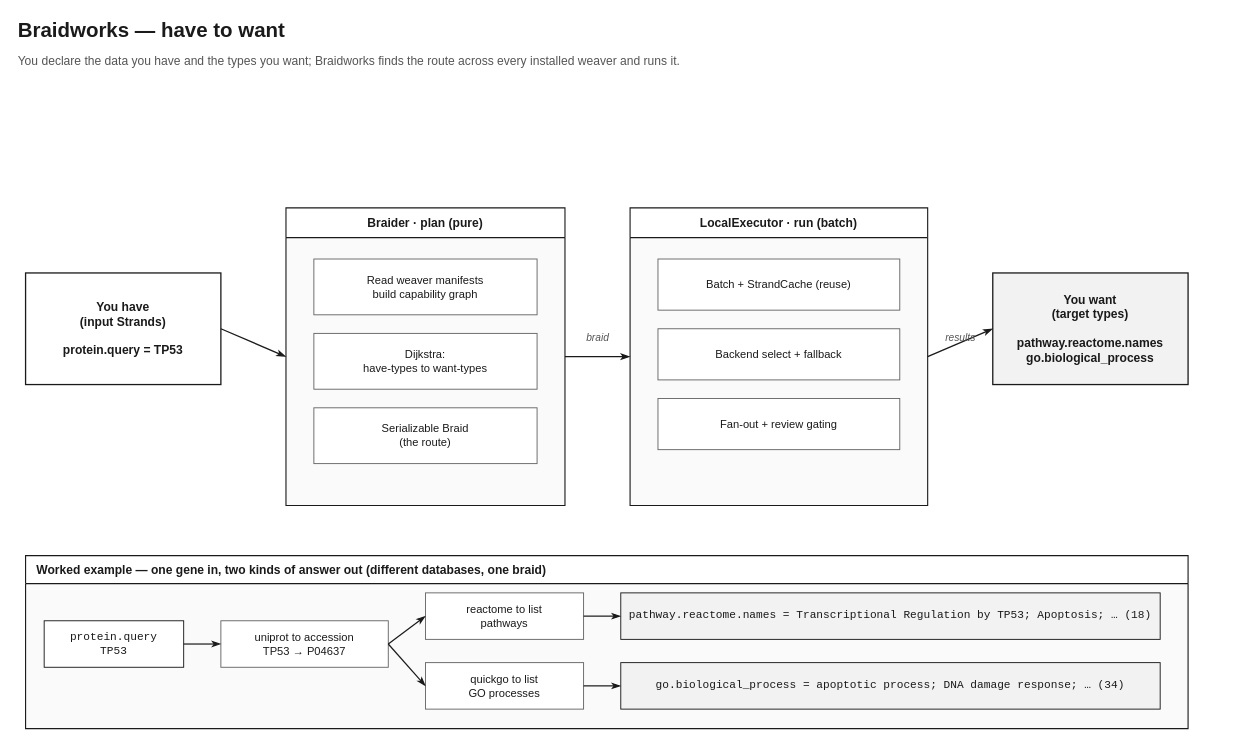
Earlier version of the draw.io diagram page "Have to want" (1 of 6) of docs/diagrams/braidworks_portfolio_diagrams.drawio (rafaelmdc/braidworks). Source tidied: cells renumbered, new cells numbered last; positions are measured from the earlier drawing's top-left corner, leaving out a move shared by most shapes. Both pictures are drawn from the tidied source at 93%, with x=0, y=0 at pixel (16, 16).
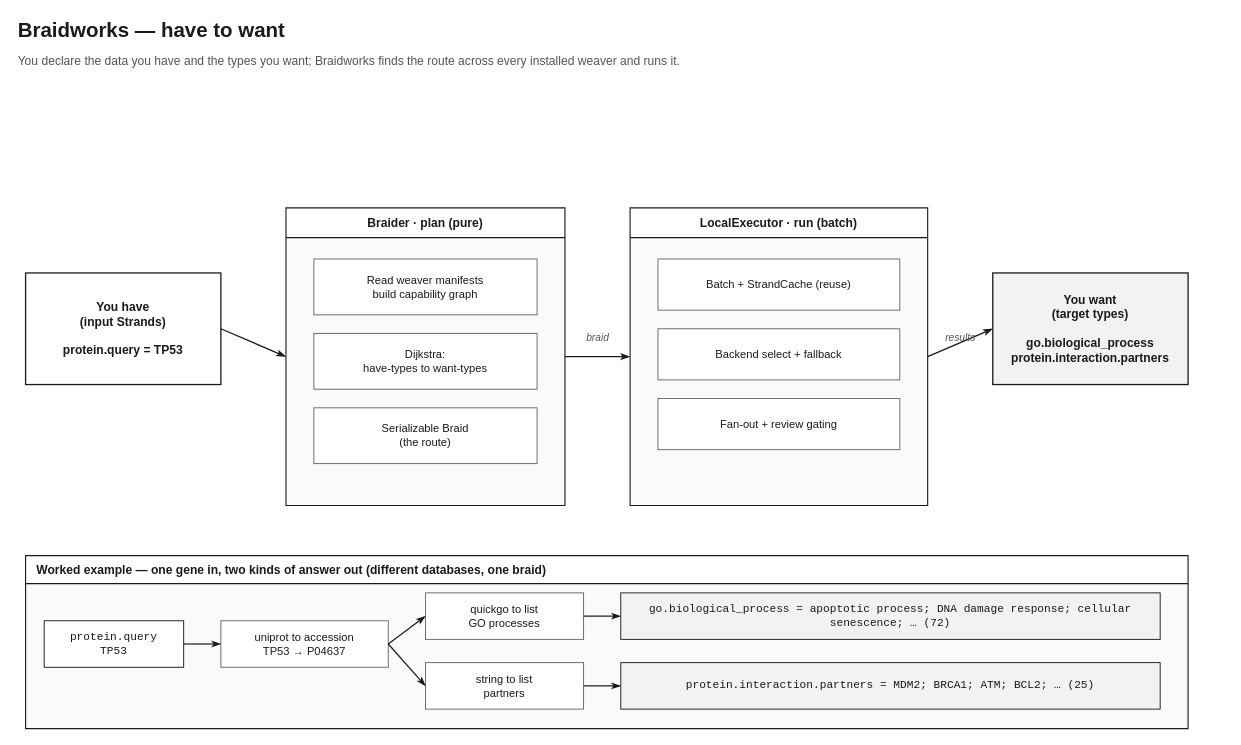
The same page after the edit.

Unchanged cells that the change refers to:
```xml
<mxCell id="19" value="Worked example — one gene in, two kinds of answer out (different databases, one braid)" style="swimlane;whiteSpace=wrap;html=1;startSize=30;rounded=0;fillColor=#FFFFFF;strokeColor=#1A1A1A;fontColor=#1A1A1A;fontSize=13;fontStyle=1;fontFamily=Helvetica;strokeWidth=1.2;swimlaneFillColor=#FAFAFA;align=left;spacingLeft=10;" parent="1" vertex="1">
  <mxGeometry x="10" y="580" width="1250" height="186" as="geometry" />
</mxCell>
```

Diff of the diagram source:
```diff
@@
-    <mxCell id="13" value="You want&#10;(target types)&#10;&#10;pathway.reactome.names&#10;go.biological_process" style="rounded=0;whiteSpace=wrap;html=1;fillColor=#F2F2F2;strokeColor=#1A1A1A;fontColor=#1A1A1A;fontSize=13;fontStyle=1;fontFamily=Helvetica;strokeWidth=1.4;" parent="1" vertex="1">
+    <mxCell id="13" value="You want&#10;(target types)&#10;&#10;go.biological_process&#10;protein.interaction.partners" style="rounded=0;whiteSpace=wrap;html=1;fillColor=#F2F2F2;strokeColor=#1A1A1A;fontColor=#1A1A1A;fontSize=13;fontStyle=1;fontFamily=Helvetica;strokeWidth=1.4;" parent="1" vertex="1">
       <mxGeometry x="1050" y="276" width="210" height="120" as="geometry" />
     </mxCell>
@@
-    <mxCell id="22" value="reactome to list&#10;pathways" style="rounded=0;whiteSpace=wrap;html=1;fillColor=#FFFFFF;strokeColor=#666666;fontColor=#1A1A1A;fontSize=12;fontFamily=Helvetica;" parent="19" vertex="1">
+    <mxCell id="22" value="quickgo to list&#10;GO processes" style="rounded=0;whiteSpace=wrap;html=1;fillColor=#FFFFFF;strokeColor=#666666;fontColor=#1A1A1A;fontSize=12;fontFamily=Helvetica;" parent="19" vertex="1">
       <mxGeometry x="430" y="40" width="170" height="50" as="geometry" />
     </mxCell>
-    <mxCell id="23" value="pathway.reactome.names = Transcriptional Regulation by TP53; Apoptosis; … (18)" style="rounded=0;whiteSpace=wrap;html=1;fillColor=#F2F2F2;strokeColor=#1A1A1A;fontColor=#1A1A1A;fontSize=12;fontFamily=Courier New;" parent="19" vertex="1">
+    <mxCell id="23" value="go.biological_process = apoptotic process; DNA damage response; cellular senescence; … (72)" style="rounded=0;whiteSpace=wrap;html=1;fillColor=#F2F2F2;strokeColor=#1A1A1A;fontColor=#1A1A1A;fontSize=12;fontFamily=Courier New;" parent="19" vertex="1">
       <mxGeometry x="640" y="40" width="580" height="50" as="geometry" />
     </mxCell>
-    <mxCell id="24" value="quickgo to list&#10;GO processes" style="rounded=0;whiteSpace=wrap;html=1;fillColor=#FFFFFF;strokeColor=#666666;fontColor=#1A1A1A;fontSize=12;fontFamily=Helvetica;" parent="19" vertex="1">
+    <mxCell id="24" value="string to list&#10;partners" style="rounded=0;whiteSpace=wrap;html=1;fillColor=#FFFFFF;strokeColor=#666666;fontColor=#1A1A1A;fontSize=12;fontFamily=Helvetica;" parent="19" vertex="1">
       <mxGeometry x="430" y="115" width="170" height="50" as="geometry" />
     </mxCell>
-    <mxCell id="25" value="go.biological_process = apoptotic process; DNA damage response; … (34)" style="rounded=0;whiteSpace=wrap;html=1;fillColor=#F2F2F2;strokeColor=#1A1A1A;fontColor=#1A1A1A;fontSize=12;fontFamily=Courier New;" parent="19" vertex="1">
+    <mxCell id="25" value="protein.interaction.partners = MDM2; BRCA1; ATM; BCL2; … (25)" style="rounded=0;whiteSpace=wrap;html=1;fillColor=#F2F2F2;strokeColor=#1A1A1A;fontColor=#1A1A1A;fontSize=12;fontFamily=Courier New;" parent="19" vertex="1">
       <mxGeometry x="640" y="115" width="580" height="50" as="geometry" />
     </mxCell>
```
